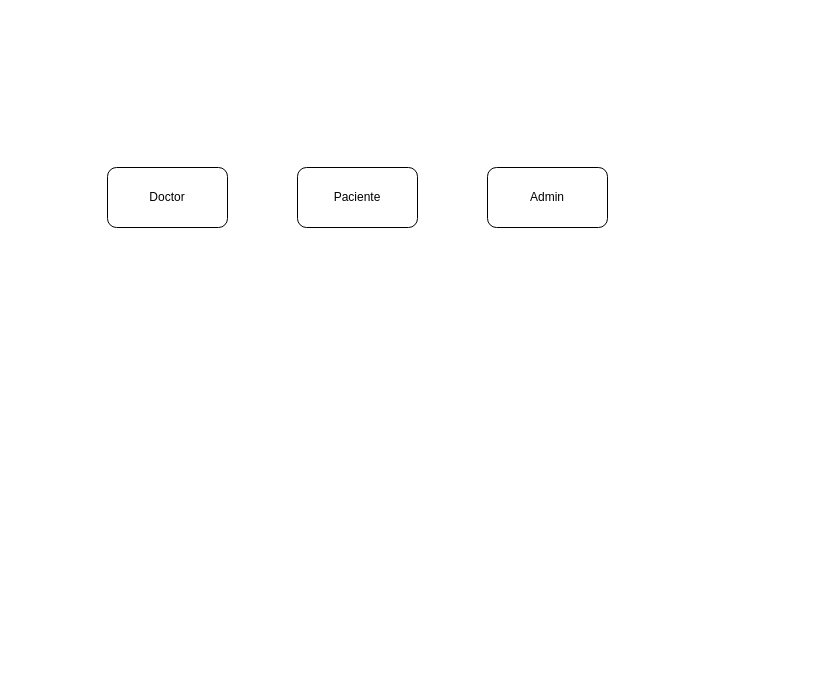
Above: diagrams/Menu.drawio in adrianArimany/Manejo_Hospitales (draw.io), before the change. Source tidied: cells renumbered, new cells numbered last; positions are measured from the earlier drawing's top-left corner, leaving out a move shared by most shapes. Both pictures are drawn from the tidied source at 100%, with x=0, y=0 at pixel (107, 167).
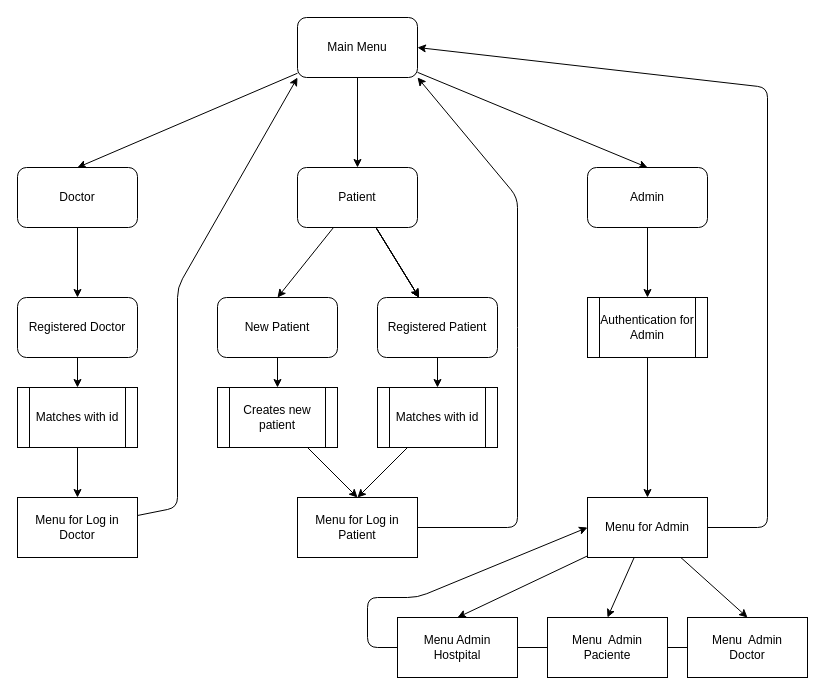
After the change.

Commit message (it also covers changes not shown here):
improve the diagram for the menu.

The edit, as a diff of the source:
```diff
@@
+    <mxCell id="5" style="edgeStyle=none;html=1;" parent="1" edge="1" source="2" target="17">
+      <mxGeometry relative="1" as="geometry" />
+    </mxCell>
     <mxCell id="2" value="Doctor" style="rounded=1;whiteSpace=wrap;html=1;" parent="1" vertex="1">
-      <mxGeometry width="120" height="60" as="geometry" />
+      <mxGeometry x="-90" width="120" height="60" as="geometry" />
     </mxCell>
+    <mxCell id="6" style="edgeStyle=none;html=1;" parent="1" edge="1" source="3" target="13">
+      <mxGeometry relative="1" as="geometry" />
+    </mxCell>
+    <mxCell id="7" style="edgeStyle=none;html=1;" parent="1" edge="1" source="3" target="13">
+      <mxGeometry relative="1" as="geometry" />
+    </mxCell>
+    <mxCell id="8" style="edgeStyle=none;html=1;" parent="1" edge="1" source="3" target="13">
+      <mxGeometry relative="1" as="geometry" />
+    </mxCell>
+    <mxCell id="9" style="edgeStyle=none;html=1;" parent="1" edge="1" source="3" target="13">
+      <mxGeometry relative="1" as="geometry" />
+    </mxCell>
+    <mxCell id="10" style="edgeStyle=none;html=1;entryX=0.5;entryY=0;entryDx=0;entryDy=0;" parent="1" edge="1" source="3" target="15">
+      <mxGeometry relative="1" as="geometry" />
+    </mxCell>
-    <mxCell id="3" value="Paciente" style="rounded=1;whiteSpace=wrap;html=1;" parent="1" vertex="1">
+    <mxCell id="3" value="Patient" style="rounded=1;whiteSpace=wrap;html=1;" parent="1" vertex="1">
       <mxGeometry x="190" width="120" height="60" as="geometry" />
     </mxCell>
+    <mxCell id="11" style="edgeStyle=none;html=1;" parent="1" edge="1" source="4" target="33">
+      <mxGeometry relative="1" as="geometry" />
+    </mxCell>
     <mxCell id="4" value="Admin" style="rounded=1;whiteSpace=wrap;html=1;" parent="1" vertex="1">
-      <mxGeometry x="380" width="120" height="60" as="geometry" />
+      <mxGeometry x="480" width="120" height="60" as="geometry" />
     </mxCell>
+    <mxCell id="12" style="edgeStyle=none;html=1;" parent="1" edge="1" source="13" target="27">
+      <mxGeometry relative="1" as="geometry" />
+    </mxCell>
+    <mxCell id="13" value="Registered Patient" style="rounded=1;whiteSpace=wrap;html=1;" parent="1" vertex="1">
+      <mxGeometry x="270" y="130" width="120" height="60" as="geometry" />
+    </mxCell>
+    <mxCell id="14" style="edgeStyle=none;html=1;" parent="1" edge="1" source="15" target="23">
+      <mxGeometry relative="1" as="geometry" />
+    </mxCell>
+    <mxCell id="15" value="New Patient" style="rounded=1;whiteSpace=wrap;html=1;" parent="1" vertex="1">
+      <mxGeometry x="110" y="130" width="120" height="60" as="geometry" />
+    </mxCell>
+    <mxCell id="16" style="edgeStyle=none;html=1;entryX=0.5;entryY=0;entryDx=0;entryDy=0;" parent="1" edge="1" source="17" target="19">
+      <mxGeometry relative="1" as="geometry" />
+    </mxCell>
+    <mxCell id="17" value="Registered Doctor" style="rounded=1;whiteSpace=wrap;html=1;" parent="1" vertex="1">
+      <mxGeometry x="-90" y="130" width="120" height="60" as="geometry" />
+    </mxCell>
+    <mxCell id="18" style="edgeStyle=none;html=1;" parent="1" edge="1" source="19" target="21">
+      <mxGeometry relative="1" as="geometry" />
+    </mxCell>
+    <mxCell id="19" value="Matches with id" style="shape=process;whiteSpace=wrap;html=1;backgroundOutline=1;" parent="1" vertex="1">
+      <mxGeometry x="-90" y="220" width="120" height="60" as="geometry" />
+    </mxCell>
+    <mxCell id="20" style="edgeStyle=none;html=1;entryX=0;entryY=1;entryDx=0;entryDy=0;" parent="1" edge="1" source="21" target="31">
+      <mxGeometry relative="1" as="geometry">
+        <Array as="points">
+          <mxPoint x="70" y="340" />
+          <mxPoint x="70" y="120" />
+        </Array>
+      </mxGeometry>
+    </mxCell>
+    <mxCell id="21" value="Menu for Log in Doctor" style="whiteSpace=wrap;html=1;" parent="1" vertex="1">
+      <mxGeometry x="-90" y="330" width="120" height="60" as="geometry" />
+    </mxCell>
+    <mxCell id="22" style="edgeStyle=none;html=1;entryX=0.5;entryY=0;entryDx=0;entryDy=0;" parent="1" edge="1" source="23" target="25">
+      <mxGeometry relative="1" as="geometry" />
+    </mxCell>
+    <mxCell id="23" value="Creates new patient" style="shape=process;whiteSpace=wrap;html=1;backgroundOutline=1;" parent="1" vertex="1">
+      <mxGeometry x="110" y="220" width="120" height="60" as="geometry" />
+    </mxCell>
+    <mxCell id="24" style="edgeStyle=none;html=1;entryX=1;entryY=1;entryDx=0;entryDy=0;" parent="1" edge="1" source="25" target="31">
+      <mxGeometry relative="1" as="geometry">
+        <Array as="points">
+          <mxPoint x="410" y="360" />
+          <mxPoint x="410" y="170" />
+          <mxPoint x="410" y="30" />
+        </Array>
+      </mxGeometry>
+    </mxCell>
+    <mxCell id="25" value="Menu for Log in Patient" style="whiteSpace=wrap;html=1;" parent="1" vertex="1">
+      <mxGeometry x="190" y="330" width="120" height="60" as="geometry" />
+    </mxCell>
+    <mxCell id="26" style="edgeStyle=none;html=1;entryX=0.5;entryY=0;entryDx=0;entryDy=0;" parent="1" edge="1" source="27" target="25">
+      <mxGeometry relative="1" as="geometry" />
+    </mxCell>
+    <mxCell id="27" value="Matches with id" style="shape=process;whiteSpace=wrap;html=1;backgroundOutline=1;" parent="1" vertex="1">
+      <mxGeometry x="270" y="220" width="120" height="60" as="geometry" />
+    </mxCell>
+    <mxCell id="28" style="edgeStyle=none;html=1;entryX=0.5;entryY=0;entryDx=0;entryDy=0;" parent="1" edge="1" source="31" target="4">
+      <mxGeometry relative="1" as="geometry" />
+    </mxCell>
+    <mxCell id="29" style="edgeStyle=none;html=1;entryX=0.5;entryY=0;entryDx=0;entryDy=0;" parent="1" edge="1" source="31" target="3">
+      <mxGeometry relative="1" as="geometry" />
+    </mxCell>
+    <mxCell id="30" style="edgeStyle=none;html=1;entryX=0.5;entryY=0;entryDx=0;entryDy=0;" parent="1" edge="1" source="31" target="2">
+      <mxGeometry relative="1" as="geometry" />
+    </mxCell>
+    <mxCell id="31" value="Main Menu" style="rounded=1;whiteSpace=wrap;html=1;" parent="1" vertex="1">
+      <mxGeometry x="190" y="-150" width="120" height="60" as="geometry" />
+    </mxCell>
+    <mxCell id="32" style="edgeStyle=none;html=1;" parent="1" edge="1" source="33" target="38">
+      <mxGeometry relative="1" as="geometry" />
+    </mxCell>
+    <mxCell id="33" value="Authentication for Admin" style="shape=process;whiteSpace=wrap;html=1;backgroundOutline=1;" parent="1" vertex="1">
+      <mxGeometry x="480" y="130" width="120" height="60" as="geometry" />
+    </mxCell>
+    <mxCell id="34" style="edgeStyle=none;html=1;entryX=0.5;entryY=0;entryDx=0;entryDy=0;" parent="1" edge="1" source="38" target="41">
+      <mxGeometry relative="1" as="geometry" />
+    </mxCell>
+    <mxCell id="35" style="edgeStyle=none;html=1;entryX=0.5;entryY=0;entryDx=0;entryDy=0;" parent="1" edge="1" source="38" target="43">
+      <mxGeometry relative="1" as="geometry" />
+    </mxCell>
+    <mxCell id="36" style="edgeStyle=none;html=1;entryX=0.5;entryY=0;entryDx=0;entryDy=0;" parent="1" edge="1" source="38" target="44">
+      <mxGeometry relative="1" as="geometry" />
+    </mxCell>
+    <mxCell id="37" style="edgeStyle=none;html=1;startArrow=none;startFill=0;endArrow=classic;endFill=1;entryX=1;entryY=0.5;entryDx=0;entryDy=0;exitX=1;exitY=0.5;exitDx=0;exitDy=0;" parent="1" edge="1" source="38" target="31">
+      <mxGeometry relative="1" as="geometry">
+        <Array as="points">
+          <mxPoint x="660" y="360" />
+          <mxPoint x="660" y="-80" />
+        </Array>
+      </mxGeometry>
+    </mxCell>
+    <mxCell id="38" value="Menu for Admin" style="whiteSpace=wrap;html=1;" parent="1" vertex="1">
+      <mxGeometry x="480" y="330" width="120" height="60" as="geometry" />
+    </mxCell>
+    <mxCell id="39" style="edgeStyle=none;html=1;entryX=0;entryY=0.5;entryDx=0;entryDy=0;endArrow=none;endFill=0;" parent="1" edge="1" source="41" target="43">
+      <mxGeometry relative="1" as="geometry" />
+    </mxCell>
+    <mxCell id="40" style="edgeStyle=none;html=1;entryX=0;entryY=0.5;entryDx=0;entryDy=0;endArrow=classic;endFill=1;exitX=0;exitY=0.5;exitDx=0;exitDy=0;" parent="1" edge="1" source="41" target="38">
+      <mxGeometry relative="1" as="geometry">
+        <Array as="points">
+          <mxPoint x="260" y="480" />
+          <mxPoint x="260" y="430" />
+          <mxPoint x="310" y="430" />
+        </Array>
+      </mxGeometry>
+    </mxCell>
+    <mxCell id="41" value="Menu Admin &lt;br&gt;Hostpital" style="whiteSpace=wrap;html=1;" parent="1" vertex="1">
+      <mxGeometry x="290" y="450" width="120" height="60" as="geometry" />
+    </mxCell>
+    <mxCell id="42" style="edgeStyle=none;html=1;entryX=0;entryY=0.5;entryDx=0;entryDy=0;endArrow=none;endFill=0;" parent="1" edge="1" source="43" target="44">
+      <mxGeometry relative="1" as="geometry" />
+    </mxCell>
+    <mxCell id="43" value="Menu&amp;nbsp; Admin&lt;br&gt;Paciente" style="whiteSpace=wrap;html=1;" parent="1" vertex="1">
+      <mxGeometry x="440" y="450" width="120" height="60" as="geometry" />
+    </mxCell>
+    <mxCell id="44" value="Menu&amp;nbsp; Admin&lt;br&gt;Doctor" style="whiteSpace=wrap;html=1;" parent="1" vertex="1">
+      <mxGeometry x="580" y="450" width="120" height="60" as="geometry" />
+    </mxCell>
```
